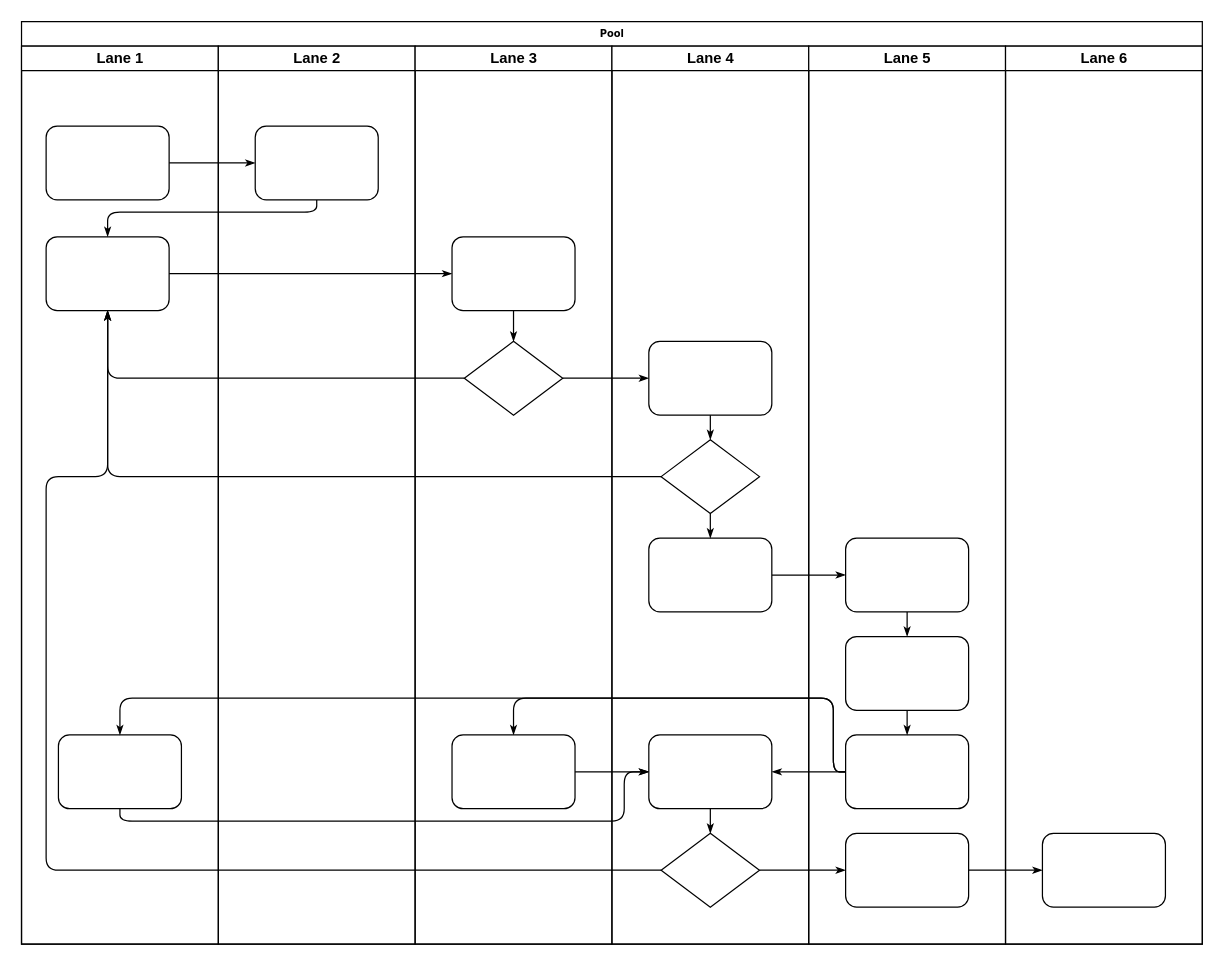
p-parafiniuk/projectizer keeps this draw.io diagram as page "Page-1" (1 of 2) of Untitled Diagram.drawio. Above is the earlier version. Source tidied: cells renumbered, new cells numbered last; positions are measured from the earlier drawing's top-left corner, leaving out a move shared by most shapes. Both pictures are drawn from the tidied source at 123%, with x=0, y=0 at pixel (21, 21).
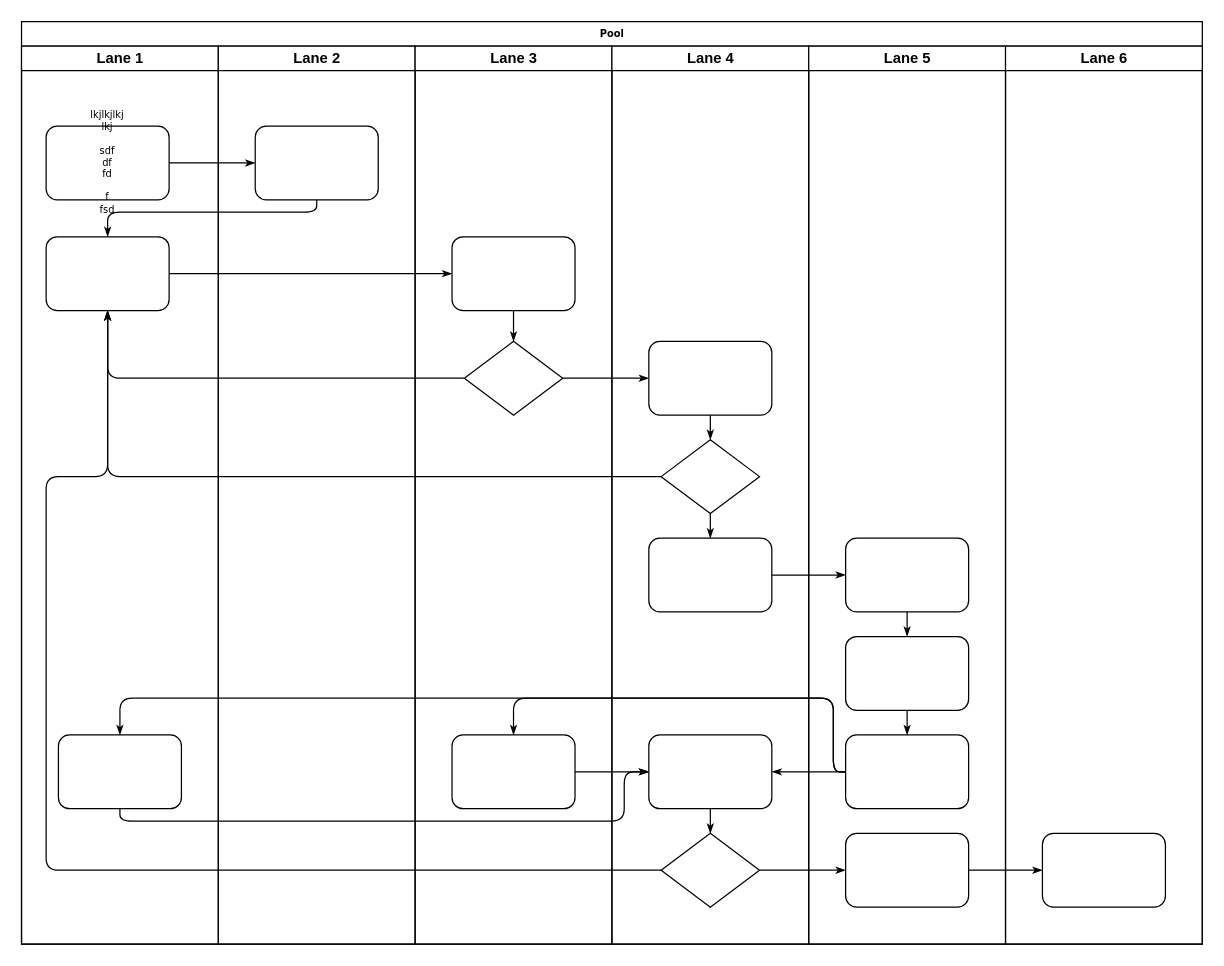
After the change.

Unchanged cells that the change refers to:
```xml
<mxCell id="3" value="Lane 1" style="swimlane;html=1;startSize=20;" parent="2" vertex="1">
  <mxGeometry y="20" width="160" height="730" as="geometry" />
</mxCell>
```

What changed in the source:
```diff
@@
-    <mxCell id="4" style="rounded=1;whiteSpace=wrap;html=1;shadow=0;labelBackgroundColor=none;strokeWidth=1;fontFamily=Verdana;fontSize=8;align=center;" parent="3" vertex="1">
+    <mxCell id="4" value="lkjlkjlkj&lt;br&gt;lkj&lt;br&gt;&lt;br&gt;sdf&lt;br&gt;df&lt;br&gt;fd&lt;br&gt;&lt;br&gt;f&lt;br&gt;fsd" style="rounded=1;whiteSpace=wrap;html=1;shadow=0;labelBackgroundColor=none;strokeWidth=1;fontFamily=Verdana;fontSize=8;align=center;" parent="3" vertex="1">
       <mxGeometry x="20" y="65" width="100" height="60" as="geometry" />
     </mxCell>
```
